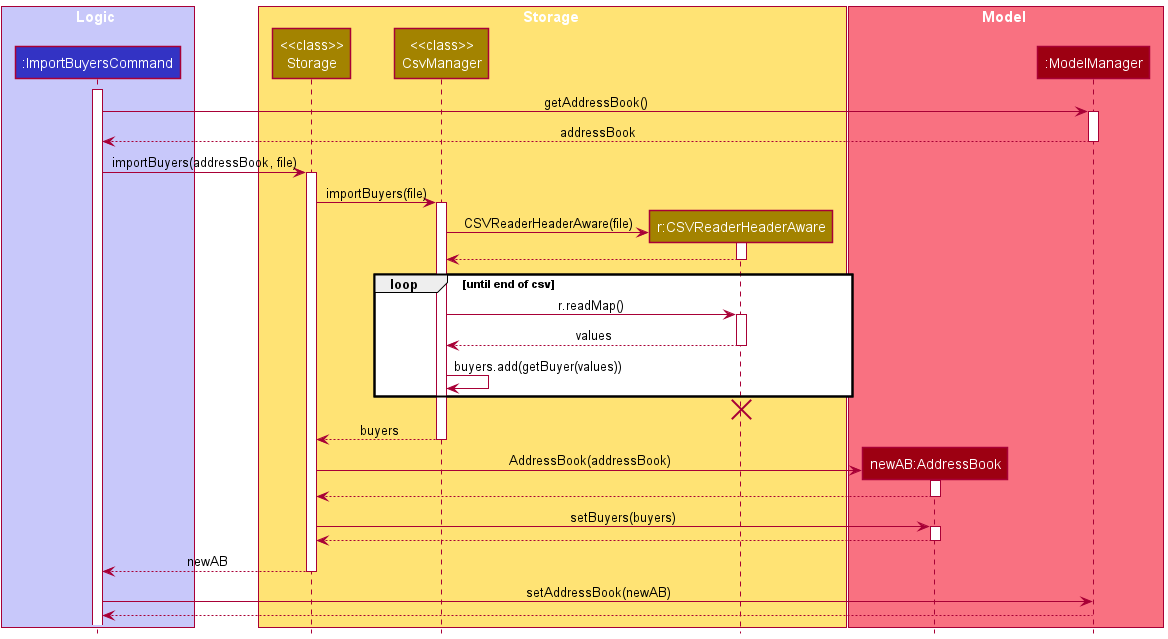
Before: docs/images/ImportExecutionSequenceDiagram.png, a diagram exported from PlantUML (waynetee/tp).
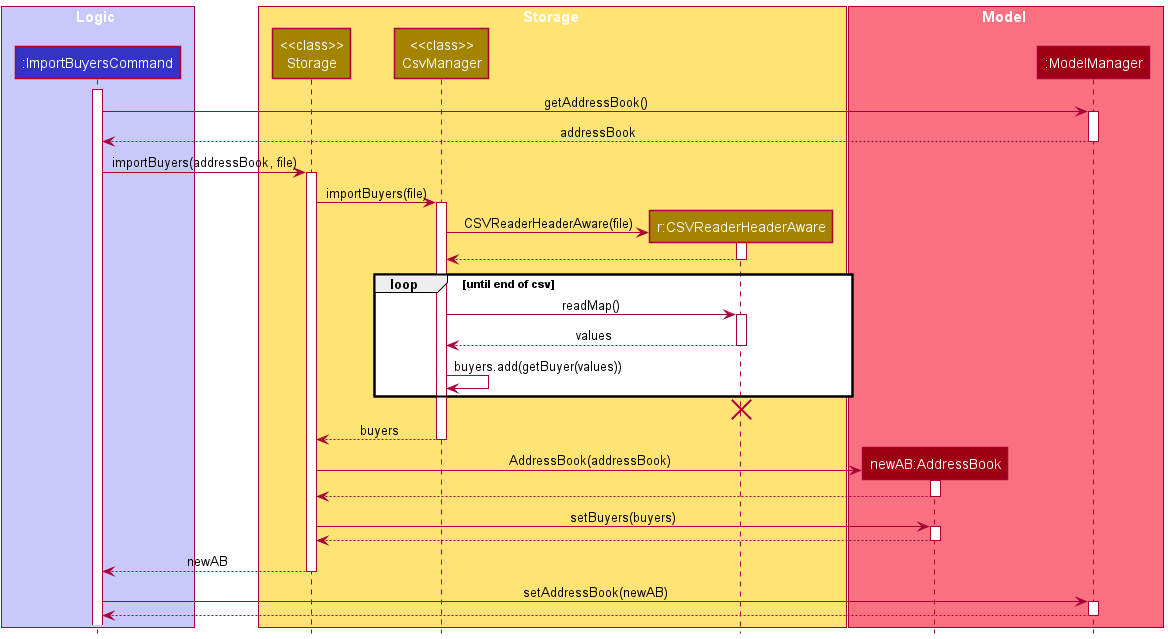
The same diagram one commit later.

Diff of the diagram source:
```diff
@@ -22,6 +22,7 @@
 activate Model
 
 return addressBook
+deactivate Model
 
 ImportBuyersCommand -> Storage : importBuyers(addressBook, file)
 activate Storage
@@ -36,7 +37,7 @@
 
 loop until end of csv
 
-CsvManager -> CSVReaderHeaderAware : r.readMap()
+CsvManager -> CSVReaderHeaderAware : readMap()
 activate CSVReaderHeaderAware
 
 return values
@@ -71,9 +72,10 @@
 deactivate Storage
 
 ImportBuyersCommand -> Model: setAddressBook(newAB)
+activate Model
+
 return
 
 deactivate Model
 
-
 @enduml
```
